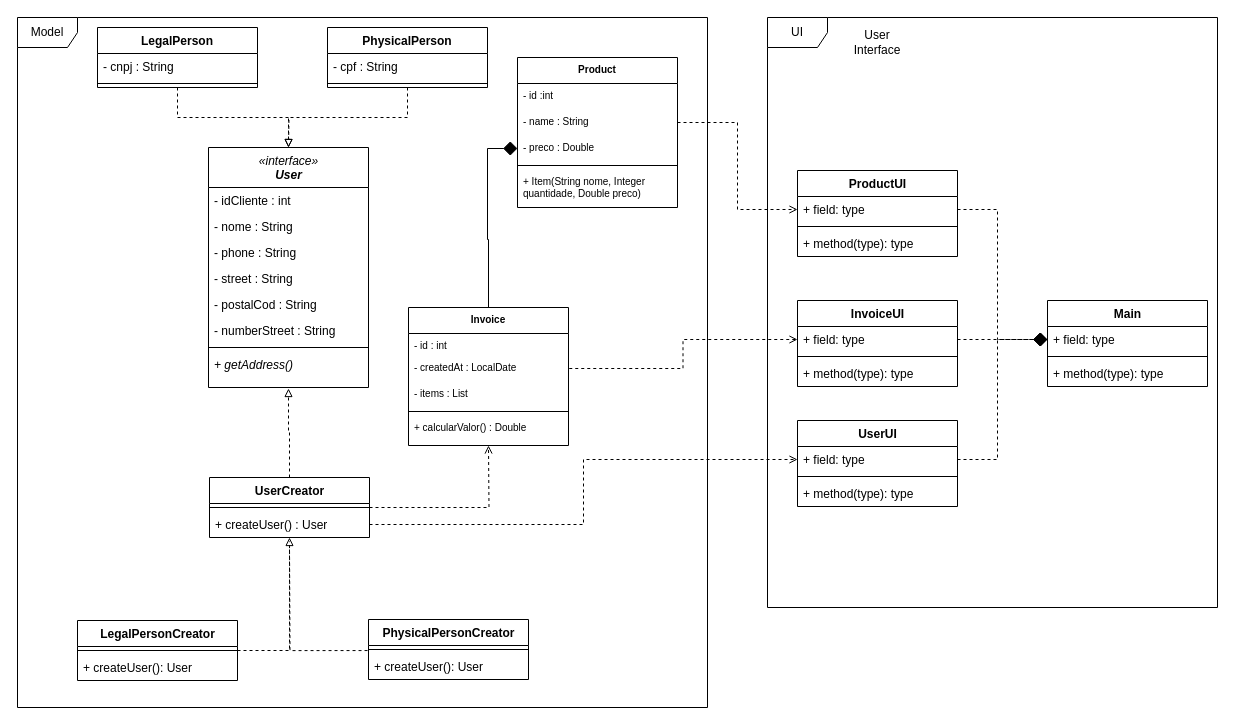
Before: docs/checkpoint2.drawio in carlosalbertofilho/checkpoint2-poo1, a draw.io diagram. Source tidied: cells renumbered, new cells numbered last; positions are measured from the earlier drawing's top-left corner, leaving out a move shared by most shapes. Both pictures are drawn from the tidied source at 100%, with x=0, y=0 at pixel (17, 17).
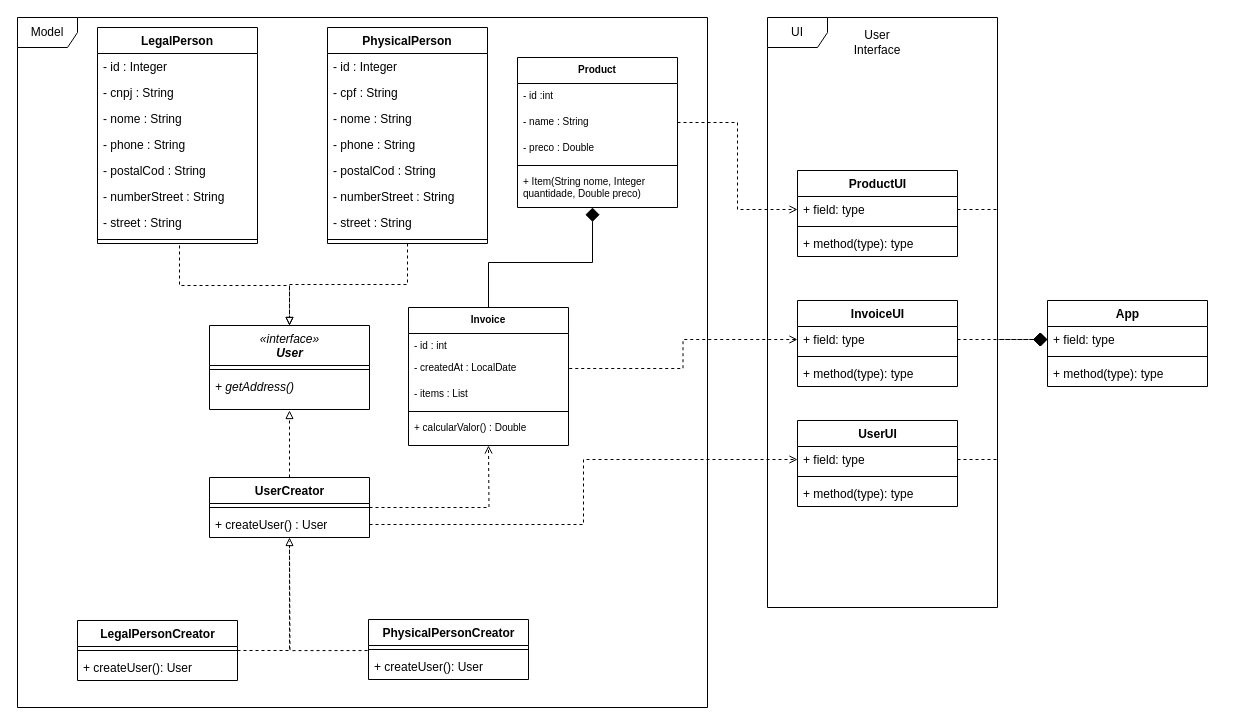
Above is the later version.

The change refers to these unchanged cells:
```xml
<mxCell id="13" value="Invoice" style="swimlane;fontStyle=1;align=center;verticalAlign=top;horizontal=1;startSize=26;fontSize=10;html=0;" parent="1" vertex="1">
  <mxGeometry x="391" y="290" width="160" height="138" as="geometry" />
</mxCell>
<mxCell id="22" value="- preco : Double" style="text;strokeColor=none;fillColor=none;align=left;verticalAlign=top;spacingLeft=4;spacingRight=4;overflow=hidden;points=[[0,0.5],[1,0.5]];portConstraint=eastwest;fontSize=10;html=0;" parent="19" vertex="1">
  <mxGeometry y="78" width="160" height="26" as="geometry" />
</mxCell>
<mxCell id="24" value="+ Item(String nome, Integer quantidade, Double preco)" style="text;strokeColor=none;fillColor=none;align=left;verticalAlign=top;spacingLeft=4;spacingRight=4;overflow=hidden;points=[[0,0.5],[1,0.5]];portConstraint=eastwest;fontSize=10;html=0;whiteSpace=wrap;" parent="19" vertex="1">
  <mxGeometry y="112" width="160" height="38" as="geometry" />
</mxCell>
```

The edit, as a diff of the source:
```diff
@@
     <mxCell id="3" value="UI" style="shape=umlFrame;whiteSpace=wrap;html=1;" parent="1" vertex="1">
-      <mxGeometry x="750" width="450" height="590" as="geometry" />
+      <mxGeometry x="750" width="230" height="590" as="geometry" />
     </mxCell>
     <mxCell id="4" value="&lt;span style=&quot;font-weight: normal;&quot;&gt;«interface»&lt;/span&gt;&lt;br&gt;User" style="swimlane;fontStyle=3;align=center;verticalAlign=top;horizontal=1;startSize=40;html=1;" parent="1" vertex="1">
-      <mxGeometry x="191" y="130" width="160" height="240" as="geometry" />
+      <mxGeometry x="192" y="308" width="160" height="84" as="geometry" />
     </mxCell>
-    <mxCell id="5" value="- idCliente : int" style="text;strokeColor=none;fillColor=none;align=left;verticalAlign=top;spacingLeft=4;spacingRight=4;overflow=hidden;" parent="4" vertex="1">
-      <mxGeometry y="40" width="160" height="26" as="geometry" />
-    </mxCell>
-    <mxCell id="6" value="- nome : String" style="text;strokeColor=none;fillColor=none;align=left;verticalAlign=top;spacingLeft=4;spacingRight=4;overflow=hidden;" parent="4" vertex="1">
-      <mxGeometry y="66" width="160" height="26" as="geometry" />
-    </mxCell>
-    <mxCell id="7" value="- phone : String" style="text;strokeColor=none;fillColor=none;align=left;verticalAlign=top;spacingLeft=4;spacingRight=4;overflow=hidden;" parent="4" vertex="1">
-      <mxGeometry y="92" width="160" height="26" as="geometry" />
-    </mxCell>
-    <mxCell id="8" value="- street : String" style="text;strokeColor=none;fillColor=none;align=left;verticalAlign=top;spacingLeft=4;spacingRight=4;overflow=hidden;" parent="4" vertex="1">
-      <mxGeometry y="118" width="160" height="26" as="geometry" />
-    </mxCell>
-    <mxCell id="9" value="- postalCod : String" style="text;strokeColor=none;fillColor=none;align=left;verticalAlign=top;spacingLeft=4;spacingRight=4;overflow=hidden;" parent="4" vertex="1">
-      <mxGeometry y="144" width="160" height="26" as="geometry" />
-    </mxCell>
-    <mxCell id="10" value="- numberStreet : String" style="text;strokeColor=none;fillColor=none;align=left;verticalAlign=top;spacingLeft=4;spacingRight=4;overflow=hidden;" parent="4" vertex="1">
-      <mxGeometry y="170" width="160" height="26" as="geometry" />
-    </mxCell>
     <mxCell id="11" style="line;strokeWidth=1;fillColor=none;align=left;verticalAlign=middle;spacingTop=-1;spacingLeft=3;spacingRight=3;labelPosition=right;" parent="4" vertex="1">
-      <mxGeometry y="196" width="160" height="8" as="geometry" />
+      <mxGeometry y="40" width="160" height="8" as="geometry" />
     </mxCell>
     <mxCell id="12" value="+ getAddress()" style="text;strokeColor=none;fillColor=none;align=left;verticalAlign=top;spacingLeft=4;spacingRight=4;overflow=hidden;points=[[0,0.5],[1,0.5]];portConstraint=eastwest;whiteSpace=wrap;fontStyle=2;" parent="4" vertex="1">
-      <mxGeometry y="204" width="160" height="36" as="geometry" />
+      <mxGeometry y="48" width="160" height="36" as="geometry" />
     </mxCell>
@@
-    <mxCell id="25" style="edgeStyle=orthogonalEdgeStyle;rounded=0;jettySize=auto;html=1;exitX=0;exitY=0.5;exitDx=0;exitDy=0;entryX=0.5;entryY=0;entryDx=0;entryDy=0;fontSize=10;startArrow=diamond;startFill=1;endArrow=none;endFill=0;startSize=12;endSize=12;" parent="1" edge="1" source="22" target="13">
+    <mxCell id="25" style="edgeStyle=orthogonalEdgeStyle;rounded=0;jettySize=auto;html=1;exitX=0.469;exitY=1;exitDx=0;exitDy=0;entryX=0.5;entryY=0;entryDx=0;entryDy=0;fontSize=10;startArrow=diamond;startFill=1;endArrow=none;endFill=0;startSize=12;endSize=12;exitPerimeter=0;" parent="1" edge="1" source="24" target="13">
       <mxGeometry relative="1" as="geometry" />
     </mxCell>
-    <mxCell id="26" style="edgeStyle=orthogonalEdgeStyle;rounded=0;jettySize=auto;html=1;exitX=0.5;exitY=1;exitDx=0;exitDy=0;endArrow=block;endFill=0;dashed=1;" parent="1" edge="1" source="27">
+    <mxCell id="26" style="edgeStyle=orthogonalEdgeStyle;rounded=0;orthogonalLoop=1;jettySize=auto;html=1;exitX=0.5;exitY=1;exitDx=0;exitDy=0;endArrow=block;endFill=0;dashed=1;" parent="1" edge="1">
       <mxGeometry relative="1" as="geometry">
-        <mxPoint x="271" y="130" as="targetPoint" />
+        <mxPoint x="162" y="228" as="sourcePoint" />
+        <mxPoint x="272" y="308" as="targetPoint" />
+        <Array as="points">
+          <mxPoint x="162" y="268" />
+          <mxPoint x="272" y="268" />
+        </Array>
       </mxGeometry>
     </mxCell>
     <mxCell id="27" value="LegalPerson" style="swimlane;fontStyle=1;align=center;verticalAlign=top;horizontal=1;startSize=26;" parent="1" vertex="1">
-      <mxGeometry x="80" y="10" width="160" height="60" as="geometry" />
+      <mxGeometry x="80" y="10" width="160" height="216" as="geometry" />
     </mxCell>
+    <mxCell id="5" value="- id : Integer" style="text;strokeColor=none;fillColor=none;align=left;verticalAlign=top;spacingLeft=4;spacingRight=4;overflow=hidden;" parent="27" vertex="1">
+      <mxGeometry y="26" width="160" height="26" as="geometry" />
+    </mxCell>
     <mxCell id="28" value="- cnpj : String" style="text;strokeColor=none;fillColor=none;align=left;verticalAlign=top;spacingLeft=4;spacingRight=4;overflow=hidden;" parent="27" vertex="1">
-      <mxGeometry y="26" width="160" height="26" as="geometry" />
+      <mxGeometry y="52" width="160" height="26" as="geometry" />
     </mxCell>
+    <mxCell id="6" value="- nome : String" style="text;strokeColor=none;fillColor=none;align=left;verticalAlign=top;spacingLeft=4;spacingRight=4;overflow=hidden;" parent="27" vertex="1">
+      <mxGeometry y="78" width="160" height="26" as="geometry" />
+    </mxCell>
+    <mxCell id="7" value="- phone : String" style="text;strokeColor=none;fillColor=none;align=left;verticalAlign=top;spacingLeft=4;spacingRight=4;overflow=hidden;" parent="27" vertex="1">
+      <mxGeometry y="104" width="160" height="26" as="geometry" />
+    </mxCell>
+    <mxCell id="9" value="- postalCod : String" style="text;strokeColor=none;fillColor=none;align=left;verticalAlign=top;spacingLeft=4;spacingRight=4;overflow=hidden;" parent="27" vertex="1">
+      <mxGeometry y="130" width="160" height="26" as="geometry" />
+    </mxCell>
+    <mxCell id="10" value="- numberStreet : String" style="text;strokeColor=none;fillColor=none;align=left;verticalAlign=top;spacingLeft=4;spacingRight=4;overflow=hidden;" parent="27" vertex="1">
+      <mxGeometry y="156" width="160" height="26" as="geometry" />
+    </mxCell>
+    <mxCell id="8" value="- street : String" style="text;strokeColor=none;fillColor=none;align=left;verticalAlign=top;spacingLeft=4;spacingRight=4;overflow=hidden;" parent="27" vertex="1">
+      <mxGeometry y="182" width="160" height="26" as="geometry" />
+    </mxCell>
     <mxCell id="29" style="line;strokeWidth=1;fillColor=none;align=left;verticalAlign=middle;spacingTop=-1;spacingLeft=3;spacingRight=3;labelPosition=right;" parent="27" vertex="1">
-      <mxGeometry y="52" width="160" height="8" as="geometry" />
+      <mxGeometry y="208" width="160" height="8" as="geometry" />
     </mxCell>
@@
     <mxCell id="31" value="PhysicalPerson" style="swimlane;fontStyle=1;align=center;verticalAlign=top;horizontal=1;startSize=26;" parent="1" vertex="1">
-      <mxGeometry x="310" y="10" width="160" height="60" as="geometry" />
+      <mxGeometry x="310" y="10" width="160" height="216" as="geometry" />
     </mxCell>
+    <mxCell id="70" value="- id : Integer" style="text;strokeColor=none;fillColor=none;align=left;verticalAlign=top;spacingLeft=4;spacingRight=4;overflow=hidden;" parent="31" vertex="1">
+      <mxGeometry y="26" width="160" height="26" as="geometry" />
+    </mxCell>
     <mxCell id="32" value="- cpf : String" style="text;strokeColor=none;fillColor=none;align=left;verticalAlign=top;spacingLeft=4;spacingRight=4;overflow=hidden;" parent="31" vertex="1">
-      <mxGeometry y="26" width="160" height="26" as="geometry" />
+      <mxGeometry y="52" width="160" height="26" as="geometry" />
     </mxCell>
+    <mxCell id="71" value="- nome : String" style="text;strokeColor=none;fillColor=none;align=left;verticalAlign=top;spacingLeft=4;spacingRight=4;overflow=hidden;" parent="31" vertex="1">
+      <mxGeometry y="78" width="160" height="26" as="geometry" />
+    </mxCell>
+    <mxCell id="72" value="- phone : String" style="text;strokeColor=none;fillColor=none;align=left;verticalAlign=top;spacingLeft=4;spacingRight=4;overflow=hidden;" parent="31" vertex="1">
+      <mxGeometry y="104" width="160" height="26" as="geometry" />
+    </mxCell>
+    <mxCell id="73" value="- postalCod : String" style="text;strokeColor=none;fillColor=none;align=left;verticalAlign=top;spacingLeft=4;spacingRight=4;overflow=hidden;" parent="31" vertex="1">
+      <mxGeometry y="130" width="160" height="26" as="geometry" />
+    </mxCell>
+    <mxCell id="74" value="- numberStreet : String" style="text;strokeColor=none;fillColor=none;align=left;verticalAlign=top;spacingLeft=4;spacingRight=4;overflow=hidden;" parent="31" vertex="1">
+      <mxGeometry y="156" width="160" height="26" as="geometry" />
+    </mxCell>
+    <mxCell id="75" value="- street : String" style="text;strokeColor=none;fillColor=none;align=left;verticalAlign=top;spacingLeft=4;spacingRight=4;overflow=hidden;" parent="31" vertex="1">
+      <mxGeometry y="182" width="160" height="26" as="geometry" />
+    </mxCell>
     <mxCell id="33" style="line;strokeWidth=1;fillColor=none;align=left;verticalAlign=middle;spacingTop=-1;spacingLeft=3;spacingRight=3;labelPosition=right;" parent="31" vertex="1">
-      <mxGeometry y="52" width="160" height="8" as="geometry" />
+      <mxGeometry y="208" width="160" height="8" as="geometry" />
     </mxCell>
@@
-    <mxCell id="59" value="Main" style="swimlane;fontStyle=1;align=center;verticalAlign=top;horizontal=1;startSize=26;html=1;" parent="1" vertex="1">
+    <mxCell id="59" value="App" style="swimlane;fontStyle=1;align=center;verticalAlign=top;horizontal=1;startSize=26;html=1;" parent="1" vertex="1">
       <mxGeometry x="1030" y="283" width="160" height="86" as="geometry" />
     </mxCell>
```
